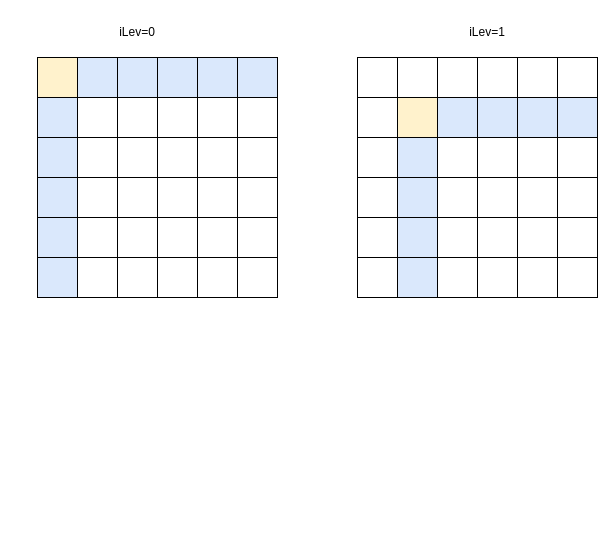
The draw.io diagram CasDnSolver.drawio in piDack/PerformanceCheckUtils, before the edit. Source tidied: cells renumbered, new cells numbered last; positions are measured from the earlier drawing's top-left corner, leaving out a move shared by most shapes. Both pictures are drawn from the tidied source at 100%, with x=0, y=0 at pixel (37, 17).
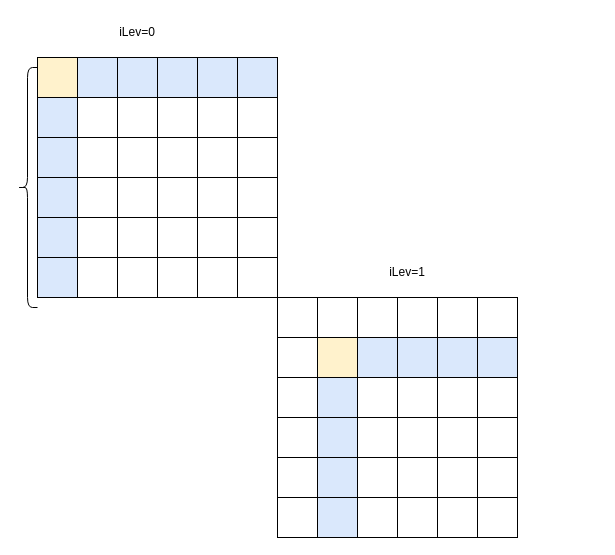
The same page after the edit.

Change to the diagram source:
```diff
@@
     <mxCell id="14" style="whiteSpace=wrap;html=1;" parent="1" vertex="1">
-      <mxGeometry x="320" y="40" width="240" height="240" as="geometry" />
+      <mxGeometry x="240" y="280" width="240" height="240" as="geometry" />
     </mxCell>
     <mxCell id="15" style="whiteSpace=wrap;html=1;fillColor=#fff2cc;strokeColor=default;" parent="1" vertex="1">
-      <mxGeometry x="360" y="80" width="40" height="40" as="geometry" />
+      <mxGeometry x="280" y="320" width="40" height="40" as="geometry" />
     </mxCell>
     <mxCell id="16" style="whiteSpace=wrap;html=1;fillColor=#dae8fc;strokeColor=default;" parent="1" vertex="1">
-      <mxGeometry x="400" y="80" width="40" height="40" as="geometry" />
+      <mxGeometry x="320" y="320" width="40" height="40" as="geometry" />
     </mxCell>
     <mxCell id="17" style="whiteSpace=wrap;html=1;fillColor=#dae8fc;strokeColor=default;" parent="1" vertex="1">
-      <mxGeometry x="440" y="80" width="40" height="40" as="geometry" />
+      <mxGeometry x="360" y="320" width="40" height="40" as="geometry" />
     </mxCell>
     <mxCell id="18" style="whiteSpace=wrap;html=1;fillColor=#dae8fc;strokeColor=default;" parent="1" vertex="1">
-      <mxGeometry x="480" y="80" width="40" height="40" as="geometry" />
+      <mxGeometry x="400" y="320" width="40" height="40" as="geometry" />
     </mxCell>
     <mxCell id="19" style="whiteSpace=wrap;html=1;fillColor=#dae8fc;strokeColor=default;" parent="1" vertex="1">
-      <mxGeometry x="520" y="80" width="40" height="40" as="geometry" />
+      <mxGeometry x="440" y="320" width="40" height="40" as="geometry" />
     </mxCell>
     <mxCell id="20" style="whiteSpace=wrap;html=1;fillColor=#dae8fc;strokeColor=default;" parent="1" vertex="1">
-      <mxGeometry x="360" y="120" width="40" height="40" as="geometry" />
+      <mxGeometry x="280" y="360" width="40" height="40" as="geometry" />
     </mxCell>
     <mxCell id="21" style="whiteSpace=wrap;html=1;fillColor=#dae8fc;strokeColor=default;" parent="1" vertex="1">
-      <mxGeometry x="360" y="160" width="40" height="40" as="geometry" />
+      <mxGeometry x="280" y="400" width="40" height="40" as="geometry" />
     </mxCell>
     <mxCell id="22" style="whiteSpace=wrap;html=1;fillColor=#dae8fc;strokeColor=default;" parent="1" vertex="1">
-      <mxGeometry x="360" y="200" width="40" height="40" as="geometry" />
+      <mxGeometry x="280" y="440" width="40" height="40" as="geometry" />
     </mxCell>
     <mxCell id="23" style="whiteSpace=wrap;html=1;fillColor=#dae8fc;strokeColor=default;" parent="1" vertex="1">
-      <mxGeometry x="360" y="240" width="40" height="40" as="geometry" />
+      <mxGeometry x="280" y="480" width="40" height="40" as="geometry" />
     </mxCell>
@@
     <mxCell id="50" style="whiteSpace=wrap;html=1;" parent="1" vertex="1">
-      <mxGeometry x="400" y="120" width="40" height="40" as="geometry" />
+      <mxGeometry x="320" y="360" width="40" height="40" as="geometry" />
     </mxCell>
     <mxCell id="51" style="whiteSpace=wrap;html=1;" parent="1" vertex="1">
-      <mxGeometry x="440" y="120" width="40" height="40" as="geometry" />
+      <mxGeometry x="360" y="360" width="40" height="40" as="geometry" />
     </mxCell>
     <mxCell id="52" style="whiteSpace=wrap;html=1;" parent="1" vertex="1">
-      <mxGeometry x="480" y="120" width="40" height="40" as="geometry" />
+      <mxGeometry x="400" y="360" width="40" height="40" as="geometry" />
     </mxCell>
     <mxCell id="53" style="whiteSpace=wrap;html=1;" parent="1" vertex="1">
-      <mxGeometry x="520" y="120" width="40" height="40" as="geometry" />
+      <mxGeometry x="440" y="360" width="40" height="40" as="geometry" />
     </mxCell>
     <mxCell id="54" style="whiteSpace=wrap;html=1;" parent="1" vertex="1">
-      <mxGeometry x="400" y="160" width="40" height="40" as="geometry" />
+      <mxGeometry x="320" y="400" width="40" height="40" as="geometry" />
     </mxCell>
     <mxCell id="55" style="whiteSpace=wrap;html=1;" parent="1" vertex="1">
-      <mxGeometry x="440" y="160" width="40" height="40" as="geometry" />
+      <mxGeometry x="360" y="400" width="40" height="40" as="geometry" />
     </mxCell>
     <mxCell id="56" style="whiteSpace=wrap;html=1;" parent="1" vertex="1">
-      <mxGeometry x="480" y="160" width="40" height="40" as="geometry" />
+      <mxGeometry x="400" y="400" width="40" height="40" as="geometry" />
     </mxCell>
     <mxCell id="57" style="whiteSpace=wrap;html=1;" parent="1" vertex="1">
-      <mxGeometry x="520" y="160" width="40" height="40" as="geometry" />
+      <mxGeometry x="440" y="400" width="40" height="40" as="geometry" />
     </mxCell>
     <mxCell id="58" style="whiteSpace=wrap;html=1;" parent="1" vertex="1">
-      <mxGeometry x="400" y="200" width="40" height="40" as="geometry" />
+      <mxGeometry x="320" y="440" width="40" height="40" as="geometry" />
     </mxCell>
     <mxCell id="59" style="whiteSpace=wrap;html=1;" parent="1" vertex="1">
-      <mxGeometry x="440" y="200" width="40" height="40" as="geometry" />
+      <mxGeometry x="360" y="440" width="40" height="40" as="geometry" />
     </mxCell>
     <mxCell id="60" style="whiteSpace=wrap;html=1;" parent="1" vertex="1">
-      <mxGeometry x="480" y="200" width="40" height="40" as="geometry" />
+      <mxGeometry x="400" y="440" width="40" height="40" as="geometry" />
     </mxCell>
     <mxCell id="61" style="whiteSpace=wrap;html=1;" parent="1" vertex="1">
-      <mxGeometry x="520" y="200" width="40" height="40" as="geometry" />
+      <mxGeometry x="440" y="440" width="40" height="40" as="geometry" />
     </mxCell>
     <mxCell id="62" style="whiteSpace=wrap;html=1;" parent="1" vertex="1">
-      <mxGeometry x="400" y="240" width="40" height="40" as="geometry" />
+      <mxGeometry x="320" y="480" width="40" height="40" as="geometry" />
     </mxCell>
     <mxCell id="63" style="whiteSpace=wrap;html=1;" parent="1" vertex="1">
-      <mxGeometry x="440" y="240" width="40" height="40" as="geometry" />
+      <mxGeometry x="360" y="480" width="40" height="40" as="geometry" />
     </mxCell>
     <mxCell id="64" style="whiteSpace=wrap;html=1;" parent="1" vertex="1">
-      <mxGeometry x="480" y="240" width="40" height="40" as="geometry" />
+      <mxGeometry x="400" y="480" width="40" height="40" as="geometry" />
     </mxCell>
     <mxCell id="65" style="whiteSpace=wrap;html=1;" parent="1" vertex="1">
-      <mxGeometry x="520" y="240" width="40" height="40" as="geometry" />
+      <mxGeometry x="440" y="480" width="40" height="40" as="geometry" />
     </mxCell>
     <mxCell id="66" style="whiteSpace=wrap;html=1;" parent="1" vertex="1">
-      <mxGeometry x="320" y="120" width="40" height="40" as="geometry" />
+      <mxGeometry x="240" y="360" width="40" height="40" as="geometry" />
     </mxCell>
     <mxCell id="67" style="whiteSpace=wrap;html=1;" parent="1" vertex="1">
-      <mxGeometry x="320" y="200" width="40" height="40" as="geometry" />
+      <mxGeometry x="240" y="440" width="40" height="40" as="geometry" />
     </mxCell>
     <mxCell id="68" style="whiteSpace=wrap;html=1;" parent="1" vertex="1">
-      <mxGeometry x="320" y="160" width="40" height="40" as="geometry" />
+      <mxGeometry x="240" y="400" width="40" height="40" as="geometry" />
     </mxCell>
     <mxCell id="69" style="whiteSpace=wrap;html=1;" parent="1" vertex="1">
-      <mxGeometry x="320" y="80" width="40" height="40" as="geometry" />
+      <mxGeometry x="240" y="320" width="40" height="40" as="geometry" />
     </mxCell>
     <mxCell id="70" style="whiteSpace=wrap;html=1;" parent="1" vertex="1">
-      <mxGeometry x="400" y="40" width="40" height="40" as="geometry" />
+      <mxGeometry x="320" y="280" width="40" height="40" as="geometry" />
     </mxCell>
     <mxCell id="71" style="whiteSpace=wrap;html=1;" parent="1" vertex="1">
-      <mxGeometry x="440" y="40" width="40" height="40" as="geometry" />
+      <mxGeometry x="360" y="280" width="40" height="40" as="geometry" />
     </mxCell>
     <mxCell id="72" style="whiteSpace=wrap;html=1;" parent="1" vertex="1">
-      <mxGeometry x="480" y="40" width="40" height="40" as="geometry" />
+      <mxGeometry x="400" y="280" width="40" height="40" as="geometry" />
     </mxCell>
     <mxCell id="73" style="whiteSpace=wrap;html=1;" parent="1" vertex="1">
-      <mxGeometry x="520" y="40" width="40" height="40" as="geometry" />
+      <mxGeometry x="440" y="280" width="40" height="40" as="geometry" />
     </mxCell>
     <mxCell id="74" style="whiteSpace=wrap;html=1;" parent="1" vertex="1">
-      <mxGeometry x="360" y="40" width="40" height="40" as="geometry" />
+      <mxGeometry x="280" y="280" width="40" height="40" as="geometry" />
     </mxCell>
     <mxCell id="75" style="whiteSpace=wrap;html=1;" parent="1" vertex="1">
-      <mxGeometry x="320" y="40" width="40" height="40" as="geometry" />
+      <mxGeometry x="240" y="280" width="40" height="40" as="geometry" />
     </mxCell>
     <mxCell id="76" value="iLev=1" style="text;html=1;strokeColor=none;fillColor=none;align=center;verticalAlign=middle;whiteSpace=wrap;rounded=0;" parent="1" vertex="1">
-      <mxGeometry x="420" width="60" height="30" as="geometry" />
+      <mxGeometry x="340" y="240" width="60" height="30" as="geometry" />
     </mxCell>
+    <mxCell id="77" style="shape=curlyBracket;whiteSpace=wrap;html=1;rounded=1;labelPosition=left;verticalLabelPosition=middle;align=right;verticalAlign=middle;" parent="1" vertex="1">
+      <mxGeometry x="-20" y="50" width="20" height="240" as="geometry" />
+    </mxCell>
```
